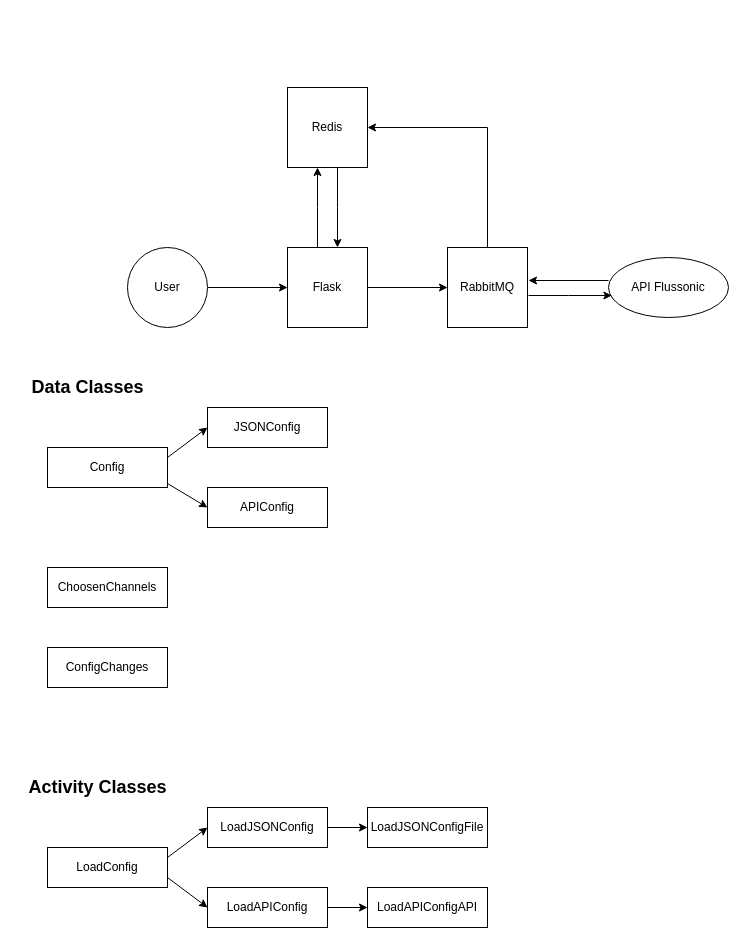
AntonSheinin/FSConfig keeps this draw.io diagram as page "Architecture" (1 of 2) of FSConfig.drawio. Above is the earlier version. Source tidied: cells renumbered, new cells numbered last; positions are measured from the earlier drawing's top-left corner, leaving out a move shared by most shapes. Both pictures are drawn from the tidied source at 100%, with x=0, y=0 at pixel (17, 87).
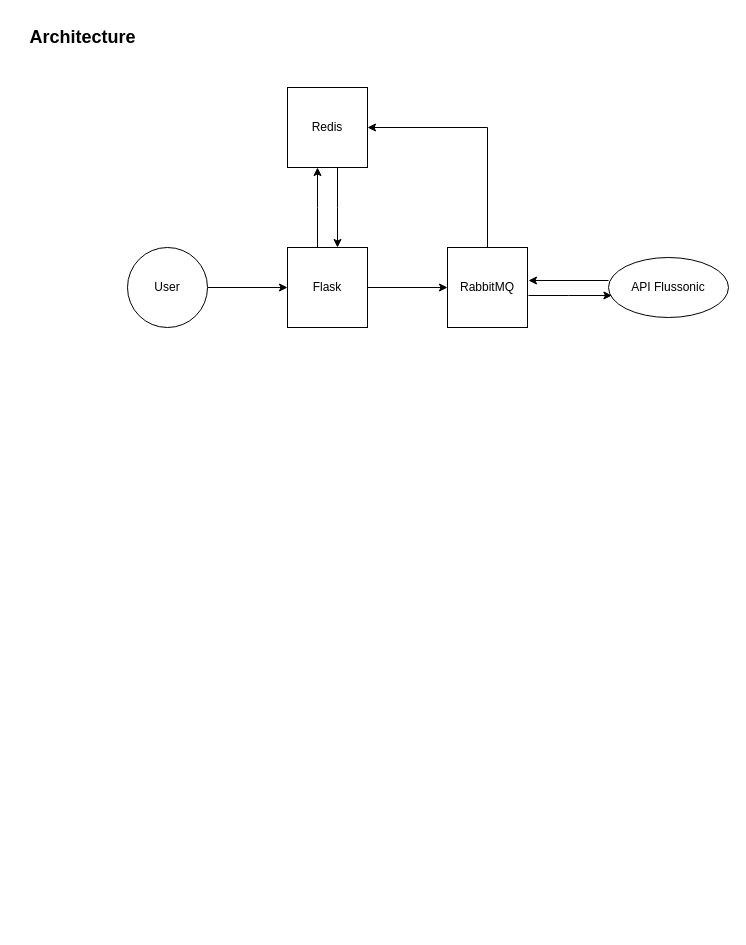
After the change.

Commit message:
Dividing to 2 pages - arch & classes

What changed in the source:
```diff
@@
-    <mxCell id="15" value="&lt;font style=&quot;font-size: 18px;&quot;&gt;&lt;b&gt;Data Classes&lt;/b&gt;&lt;/font&gt;" style="text;html=1;align=center;verticalAlign=middle;fillColor=none;strokeColor=none;rounded=0;" parent="1" vertex="1">
-      <mxGeometry y="280" width="140" height="40" as="geometry" />
-    </mxCell>
-    <mxCell id="16" style="edgeStyle=none;rounded=0;jettySize=auto;html=1;entryX=0;entryY=0.5;entryDx=0;entryDy=0;" parent="1" edge="1" target="19">
-      <mxGeometry relative="1" as="geometry">
-        <mxPoint x="140" y="390" as="sourcePoint" />
-      </mxGeometry>
-    </mxCell>
-    <mxCell id="17" value="Config" style="rounded=0;whiteSpace=wrap;html=1;" parent="1" vertex="1">
-      <mxGeometry x="30" y="360" width="120" height="40" as="geometry" />
-    </mxCell>
-    <mxCell id="18" value="JSONConfig" style="rounded=0;whiteSpace=wrap;html=1;" parent="1" vertex="1">
-      <mxGeometry x="190" y="320" width="120" height="40" as="geometry" />
-    </mxCell>
-    <mxCell id="19" value="APIConfig" style="rounded=0;whiteSpace=wrap;html=1;" parent="1" vertex="1">
-      <mxGeometry x="190" y="400" width="120" height="40" as="geometry" />
-    </mxCell>
-    <mxCell id="20" style="edgeStyle=none;rounded=0;jettySize=auto;html=1;entryX=0;entryY=0.5;entryDx=0;entryDy=0;exitX=1;exitY=0.25;exitDx=0;exitDy=0;" parent="1" edge="1" source="17" target="18">
-      <mxGeometry relative="1" as="geometry" />
-    </mxCell>
-    <mxCell id="21" value="ChoosenChannels" style="rounded=0;whiteSpace=wrap;html=1;" parent="1" vertex="1">
-      <mxGeometry x="30" y="480" width="120" height="40" as="geometry" />
-    </mxCell>
-    <mxCell id="22" value="ConfigChanges" style="rounded=0;whiteSpace=wrap;html=1;" parent="1" vertex="1">
-      <mxGeometry x="30" y="560" width="120" height="40" as="geometry" />
-    </mxCell>
-    <mxCell id="23" value="&lt;font style=&quot;font-size: 18px;&quot;&gt;&lt;b&gt;Activity Classes&lt;/b&gt;&lt;/font&gt;" style="text;html=1;align=center;verticalAlign=middle;fillColor=none;strokeColor=none;rounded=0;" parent="1" vertex="1">
-      <mxGeometry y="680" width="160" height="40" as="geometry" />
-    </mxCell>
-    <mxCell id="24" value="LoadConfig" style="rounded=0;whiteSpace=wrap;html=1;" parent="1" vertex="1">
-      <mxGeometry x="30" y="760" width="120" height="40" as="geometry" />
-    </mxCell>
-    <mxCell id="25" style="edgeStyle=none;rounded=0;jettySize=auto;html=1;entryX=0;entryY=0.5;entryDx=0;entryDy=0;exitX=1;exitY=0.75;exitDx=0;exitDy=0;" parent="1" edge="1" source="24" target="29">
-      <mxGeometry relative="1" as="geometry" />
-    </mxCell>
-    <mxCell id="26" style="edgeStyle=none;rounded=0;jettySize=auto;html=1;fontSize=18;" parent="1" edge="1" source="27" target="31">
-      <mxGeometry relative="1" as="geometry" />
-    </mxCell>
-    <mxCell id="27" value="LoadJSONConfig" style="rounded=0;whiteSpace=wrap;html=1;" parent="1" vertex="1">
-      <mxGeometry x="190" y="720" width="120" height="40" as="geometry" />
-    </mxCell>
-    <mxCell id="28" style="edgeStyle=none;rounded=0;jettySize=auto;html=1;fontSize=18;" parent="1" edge="1" source="29" target="32">
-      <mxGeometry relative="1" as="geometry" />
-    </mxCell>
-    <mxCell id="29" value="LoadAPIConfig" style="rounded=0;whiteSpace=wrap;html=1;" parent="1" vertex="1">
-      <mxGeometry x="190" y="800" width="120" height="40" as="geometry" />
-    </mxCell>
-    <mxCell id="30" style="edgeStyle=none;rounded=0;jettySize=auto;html=1;entryX=0;entryY=0.5;entryDx=0;entryDy=0;exitX=1;exitY=0.25;exitDx=0;exitDy=0;" parent="1" edge="1" source="24" target="27">
-      <mxGeometry relative="1" as="geometry" />
-    </mxCell>
-    <mxCell id="31" value="LoadJSONConfigFile" style="rounded=0;whiteSpace=wrap;html=1;" parent="1" vertex="1">
-      <mxGeometry x="350" y="720" width="120" height="40" as="geometry" />
-    </mxCell>
-    <mxCell id="32" value="LoadAPIConfigAPI" style="rounded=0;whiteSpace=wrap;html=1;" parent="1" vertex="1">
-      <mxGeometry x="350" y="800" width="120" height="40" as="geometry" />
-    </mxCell>
+    <mxCell id="33" value="&lt;font style=&quot;font-size: 18px;&quot;&gt;&lt;b&gt;Architecture&lt;/b&gt;&lt;/font&gt;" style="text;html=1;align=center;verticalAlign=middle;fillColor=none;strokeColor=none;rounded=0;" parent="1" vertex="1">
+      <mxGeometry y="-70" width="130" height="40" as="geometry" />
+    </mxCell>
```
